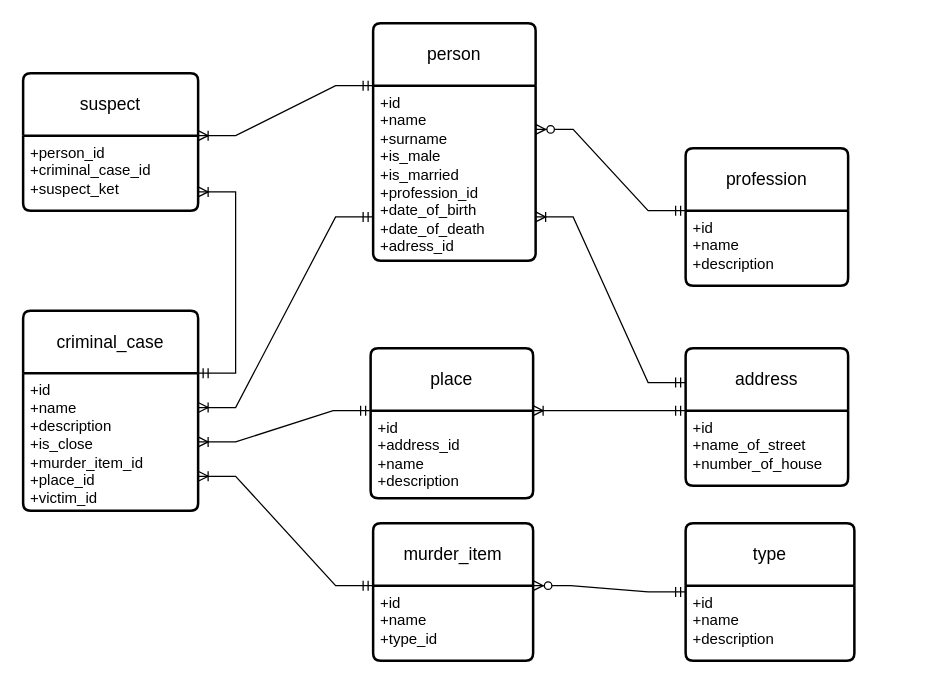
The draw.io diagram 1 year/DataBases/lab1/info.drawio in vnikolaenko-dev/ITMO, before the edit. Source tidied: cells renumbered, new cells numbered last; positions are measured from the earlier drawing's top-left corner, leaving out a move shared by most shapes. Both pictures are drawn from the tidied source at 125%, with x=0, y=0 at pixel (22, 22).
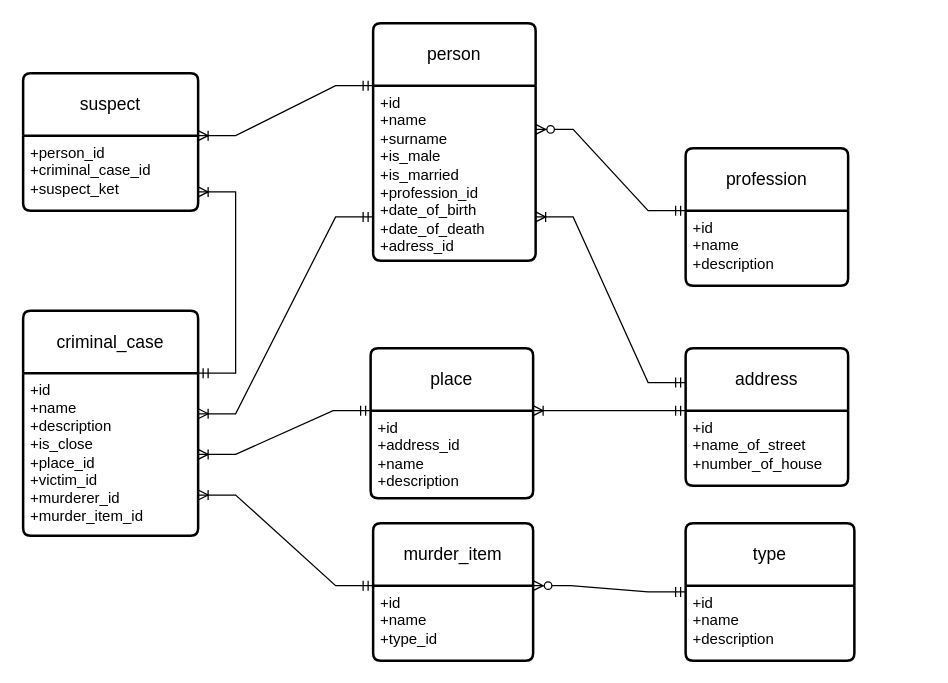
The same diagram, later.

Change to the diagram source:
```diff
@@
     <mxCell id="10" value="criminal_case" style="swimlane;horizontal=1;startSize=50;rounded=1;fontSize=14;fontStyle=0;strokeWidth=2;shadow=0;dashed=0;align=center;arcSize=4;whiteSpace=wrap;html=1;" parent="1" vertex="1">
-      <mxGeometry y="230" width="140" height="160" as="geometry" />
+      <mxGeometry y="230" width="140" height="180" as="geometry" />
     </mxCell>
-    <mxCell id="11" value="+id &lt;span style=&quot;white-space: pre;&quot;&gt;&#9;&lt;span style=&quot;white-space: pre;&quot;&gt;&#9;&lt;/span&gt;&lt;/span&gt;&lt;br&gt;+name &lt;span style=&quot;white-space: pre;&quot;&gt;&#9;&lt;/span&gt;&lt;span style=&quot;white-space: pre;&quot;&gt;&#9;&lt;span style=&quot;white-space: pre;&quot;&gt;&#9;&lt;/span&gt;&lt;/span&gt;&amp;nbsp;&lt;span style=&quot;white-space: pre;&quot;&gt;&#9;&lt;/span&gt;&lt;span style=&quot;white-space: pre;&quot;&gt;&#9;&lt;/span&gt;&lt;br&gt;+description &lt;span style=&quot;white-space: pre;&quot;&gt;&#9;&lt;span style=&quot;white-space: pre;&quot;&gt;&#9;&lt;/span&gt;&lt;/span&gt;&amp;nbsp;&lt;span style=&quot;white-space: pre;&quot;&gt;&#9;&lt;span style=&quot;white-space: pre;&quot;&gt;&#9;&lt;/span&gt;&lt;/span&gt;&lt;br&gt;+is_close &lt;span style=&quot;white-space: pre;&quot;&gt;&#9;&lt;span style=&quot;white-space: pre;&quot;&gt;&#9;&lt;/span&gt;&lt;/span&gt;&lt;span style=&quot;white-space: pre;&quot;&gt;&#9;&lt;/span&gt;&lt;br&gt;+murder_item_id &lt;span style=&quot;white-space: pre;&quot;&gt;&#9;&lt;/span&gt;&lt;span style=&quot;white-space: pre;&quot;&gt;&#9;&lt;/span&gt;&lt;span style=&quot;white-space: pre;&quot;&gt;&#9;&lt;/span&gt;&lt;br&gt;+place_id &lt;span style=&quot;white-space: pre;&quot;&gt;&#9;&lt;/span&gt;&lt;span style=&quot;white-space: pre;&quot;&gt;&#9;&lt;/span&gt;&lt;span style=&quot;white-space: pre;&quot;&gt;&#9;&lt;/span&gt;&lt;span style=&quot;white-space: pre;&quot;&gt;&#9;&lt;/span&gt;&lt;br&gt;+victim_id &lt;span style=&quot;white-space: pre;&quot;&gt;&#9;&lt;/span&gt;&lt;span style=&quot;white-space: pre;&quot;&gt;&#9;&lt;/span&gt;&lt;span style=&quot;white-space: pre;&quot;&gt;&#9;&lt;span style=&quot;white-space: pre;&quot;&gt;&#9;&lt;/span&gt;&lt;/span&gt;&lt;span style=&quot;white-space: pre;&quot;&gt;&#9;&lt;/span&gt;" style="align=left;strokeColor=none;fillColor=none;spacingLeft=4;fontSize=12;verticalAlign=top;html=1;" parent="10" vertex="1">
-      <mxGeometry y="50" width="140" height="110" as="geometry" />
+    <mxCell id="11" value="+id &lt;span style=&quot;&quot;&gt;&lt;span style=&quot;white-space: pre;&quot;&gt;&amp;nbsp;&amp;nbsp;&amp;nbsp;&amp;nbsp;&lt;/span&gt;&lt;span style=&quot;&quot;&gt;&lt;span style=&quot;white-space: pre;&quot;&gt;&amp;nbsp;&amp;nbsp;&amp;nbsp;&amp;nbsp;&lt;/span&gt;&lt;/span&gt;&lt;/span&gt;&lt;br&gt;+name &lt;span style=&quot;&quot;&gt;&lt;span style=&quot;white-space: pre;&quot;&gt;&amp;nbsp;&amp;nbsp;&amp;nbsp;&amp;nbsp;&lt;/span&gt;&lt;/span&gt;&lt;span style=&quot;&quot;&gt;&lt;span style=&quot;white-space: pre;&quot;&gt;&amp;nbsp;&amp;nbsp;&amp;nbsp;&amp;nbsp;&lt;/span&gt;&lt;span style=&quot;&quot;&gt;&lt;span style=&quot;white-space: pre;&quot;&gt;&amp;nbsp;&amp;nbsp;&amp;nbsp;&amp;nbsp;&lt;/span&gt;&lt;/span&gt;&lt;/span&gt;&amp;nbsp;&lt;span style=&quot;&quot;&gt;&lt;span style=&quot;white-space: pre;&quot;&gt;&amp;nbsp;&amp;nbsp;&amp;nbsp;&amp;nbsp;&lt;/span&gt;&lt;/span&gt;&lt;span style=&quot;&quot;&gt;&lt;span style=&quot;white-space: pre;&quot;&gt;&amp;nbsp;&amp;nbsp;&amp;nbsp;&amp;nbsp;&lt;/span&gt;&lt;/span&gt;&lt;br&gt;+description &lt;span style=&quot;&quot;&gt;&lt;span style=&quot;white-space: pre;&quot;&gt;&amp;nbsp;&amp;nbsp;&amp;nbsp;&amp;nbsp;&lt;/span&gt;&lt;span style=&quot;&quot;&gt;&lt;span style=&quot;white-space: pre;&quot;&gt;&amp;nbsp;&amp;nbsp;&amp;nbsp;&amp;nbsp;&lt;/span&gt;&lt;/span&gt;&lt;/span&gt;&amp;nbsp;&lt;span style=&quot;&quot;&gt;&lt;span style=&quot;white-space: pre;&quot;&gt;&amp;nbsp;&amp;nbsp;&amp;nbsp;&amp;nbsp;&lt;/span&gt;&lt;span style=&quot;&quot;&gt;&lt;span style=&quot;white-space: pre;&quot;&gt;&amp;nbsp;&amp;nbsp;&amp;nbsp;&amp;nbsp;&lt;/span&gt;&lt;/span&gt;&lt;/span&gt;&lt;br&gt;+is_close &lt;span style=&quot;&quot;&gt;&lt;span style=&quot;white-space: pre;&quot;&gt;&amp;nbsp;&amp;nbsp;&amp;nbsp;&amp;nbsp;&lt;/span&gt;&lt;span style=&quot;&quot;&gt;&lt;span style=&quot;white-space: pre;&quot;&gt;&amp;nbsp;&amp;nbsp;&amp;nbsp;&amp;nbsp;&lt;/span&gt;&lt;/span&gt;&lt;/span&gt;&lt;span style=&quot;&quot;&gt;&lt;span style=&quot;white-space: pre;&quot;&gt;&amp;nbsp;&amp;nbsp;&amp;nbsp;&amp;nbsp;&lt;/span&gt;&lt;/span&gt;&lt;span style=&quot;&quot;&gt;&lt;span style=&quot;white-space: pre;&quot;&gt;&amp;nbsp;&amp;nbsp;&amp;nbsp;&amp;nbsp;&lt;/span&gt;&lt;/span&gt;&lt;span style=&quot;&quot;&gt;&lt;span style=&quot;white-space: pre;&quot;&gt;&amp;nbsp;&amp;nbsp;&amp;nbsp;&amp;nbsp;&lt;/span&gt;&lt;/span&gt;&lt;br&gt;+place_id &lt;span style=&quot;&quot;&gt;&lt;span style=&quot;white-space: pre;&quot;&gt;&amp;nbsp;&amp;nbsp;&amp;nbsp;&amp;nbsp;&lt;/span&gt;&lt;/span&gt;&lt;span style=&quot;&quot;&gt;&lt;span style=&quot;white-space: pre;&quot;&gt;&amp;nbsp;&amp;nbsp;&amp;nbsp;&amp;nbsp;&lt;/span&gt;&lt;/span&gt;&lt;span style=&quot;&quot;&gt;&lt;span style=&quot;white-space: pre;&quot;&gt;&amp;nbsp;&amp;nbsp;&amp;nbsp;&amp;nbsp;&lt;/span&gt;&lt;/span&gt;&lt;span style=&quot;&quot;&gt;&lt;span style=&quot;white-space: pre;&quot;&gt;&amp;nbsp;&amp;nbsp;&amp;nbsp;&amp;nbsp;&lt;/span&gt;&lt;/span&gt;&lt;br&gt;+victim_id&lt;br&gt;+murderer_id&lt;br&gt;+murder_item_id&amp;nbsp;&#9;" style="align=left;strokeColor=none;fillColor=none;spacingLeft=4;fontSize=12;verticalAlign=top;html=1;" parent="10" vertex="1">
+      <mxGeometry y="50" width="140" height="130" as="geometry" />
     </mxCell>
```
